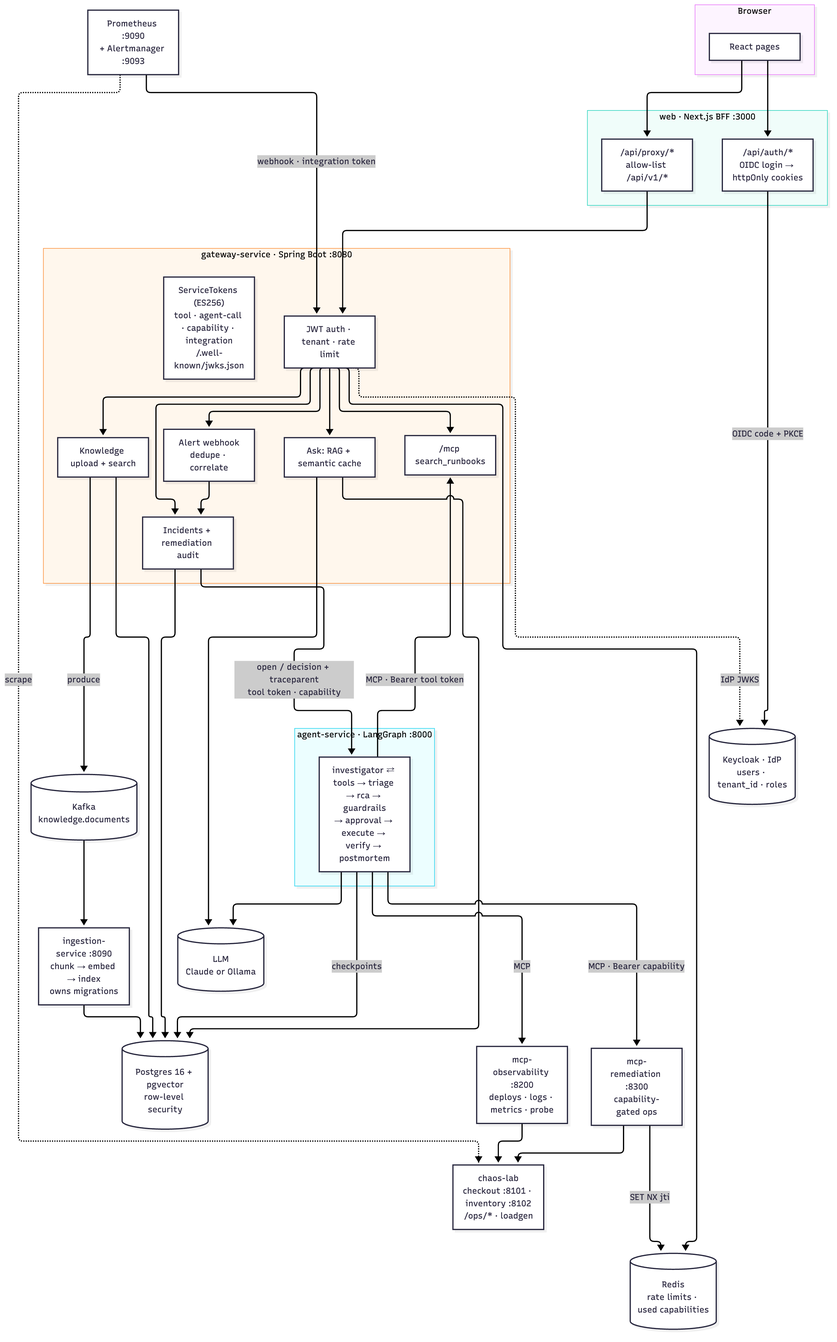
Earlier version of the Mermaid export docs/handbook/images/02-containers.png (abdulmdev/sentinel-incident-copilot). Its source is kept beside it as docs/handbook/diagrams/02-containers.mmd.
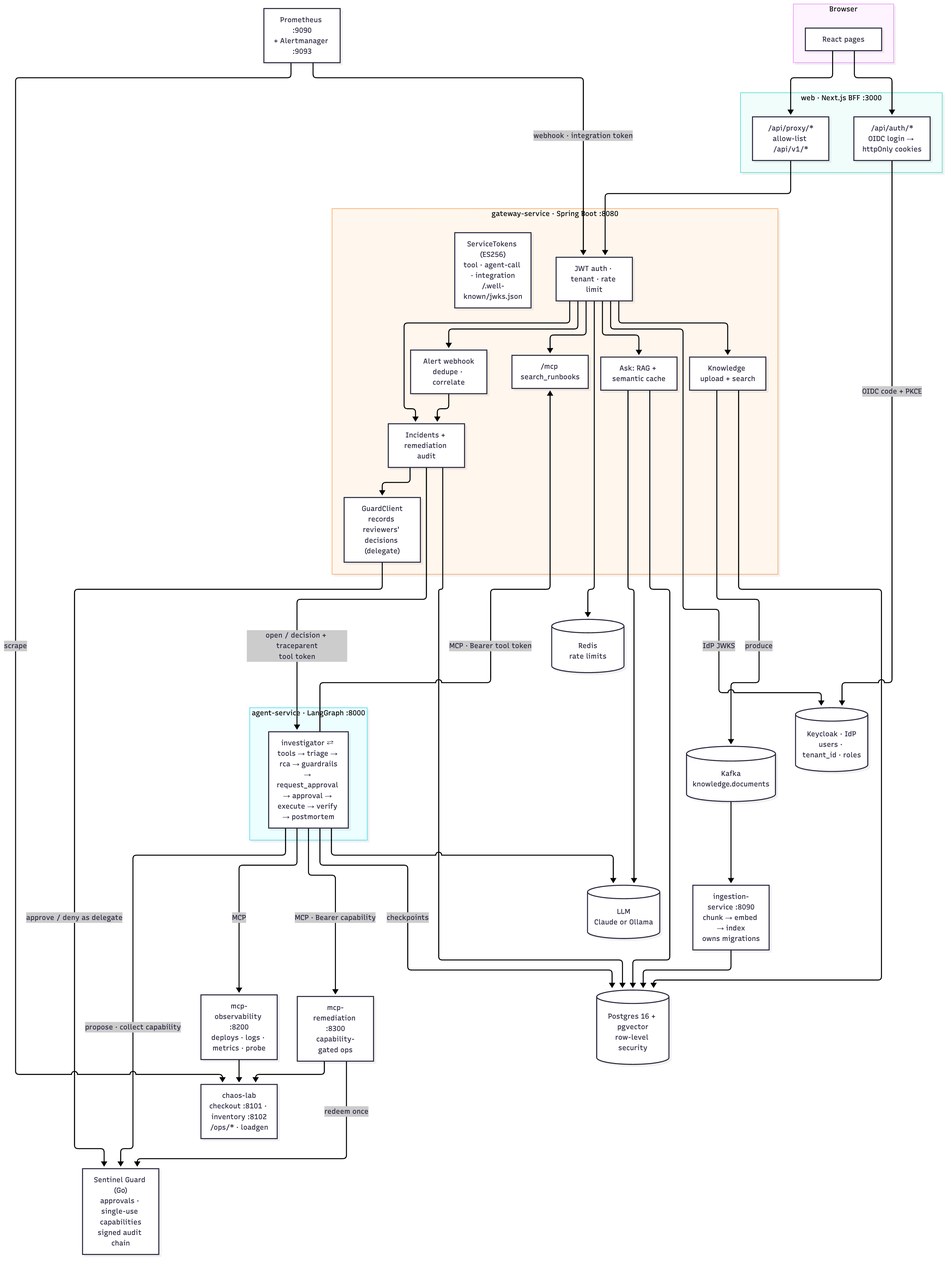
After the commit.

What changed in the source:
```diff
@@ -13,19 +13,21 @@
     KN[Knowledge upload + search]
     ASK[Ask: RAG + semantic cache]
     MCPK["/mcp search_runbooks"]
-    TT["ServiceTokens (ES256)<br/>tool · agent-call · capability · integration<br/>/.well-known/jwks.json"]
+    TT["ServiceTokens (ES256)<br/>tool · agent-call · integration<br/>/.well-known/jwks.json"]
+    GC["GuardClient<br/>records reviewers' decisions (delegate)"]
   end
   subgraph ag["agent-service · LangGraph :8000"]
-    G[investigator ⇄ tools → triage → rca → guardrails<br/>→ approval → execute → verify → postmortem]
+    G[investigator ⇄ tools → triage → rca → guardrails<br/>→ request_approval → approval → execute → verify → postmortem]
   end
   MO["mcp-observability :8200<br/>deploys · logs · metrics · probe"]
   MR["mcp-remediation :8300<br/>capability-gated ops"]
+  SG["Sentinel Guard (Go)<br/>approvals · single-use capabilities<br/>signed audit chain"]
   CH["chaos-lab<br/>checkout :8101 · inventory :8102<br/>/ops/* · loadgen"]
   PA["Prometheus :9090<br/>+ Alertmanager :9093"]
   ING["ingestion-service :8090<br/>chunk → embed → index<br/>owns migrations"]
   PG[("Postgres 16 + pgvector<br/>row-level security")]
   K[("Kafka<br/>knowledge.documents")]
-  R[("Redis<br/>rate limits · used capabilities")]
+  R[("Redis<br/>rate limits")]
   L[("LLM<br/>Claude or Ollama")]
   KC[("Keycloak · IdP<br/>users · tenant_id · roles")]
   UI --> SESS & PROXY
@@ -36,7 +38,9 @@
   PA -->|"webhook · integration token"| SEC
   PA -. scrape .-> CH
   ALR --> INC
-  INC -->|"open / decision + traceparent<br/>tool token · capability"| G
+  INC -->|"open / decision + traceparent<br/>tool token"| G
+  INC --> GC -->|"approve / deny as delegate"| SG
+  G -->|"propose · collect capability"| SG
   INC --> PG
   KN -->|produce| K --> ING --> PG
   KN --> PG
@@ -46,6 +50,6 @@
   G -->|"MCP · Bearer tool token"| MCPK
   G -->|MCP| MO --> CH
   G -->|"MCP · Bearer capability"| MR --> CH
-  MR -->|"SET NX jti"| R
+  MR -->|"redeem once"| SG
   G --> L
   G -->|checkpoints| PG
```
